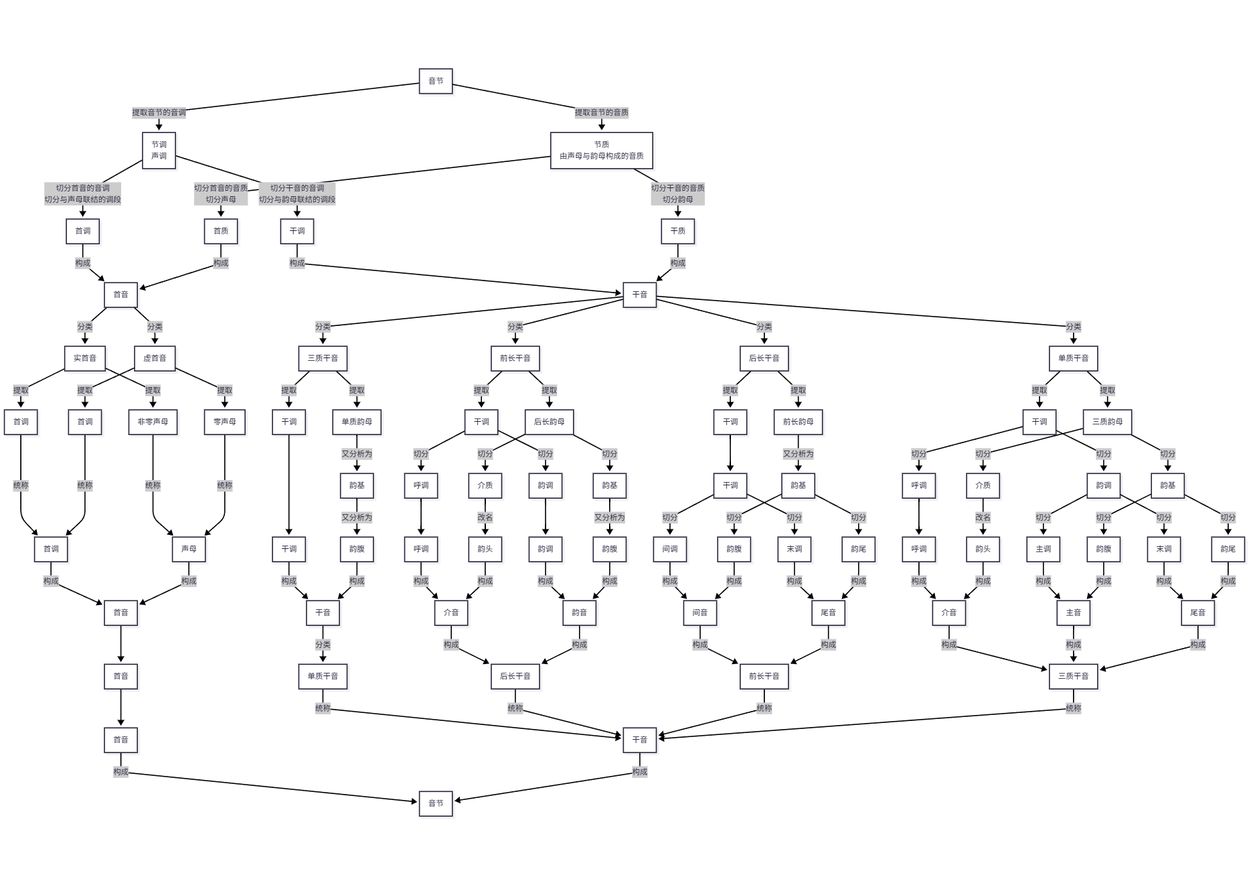
This is YIME_Theory/flowchart/唱音分析流程.png from tsaanghwang/Yime-prototype, a Mermaid export, as it was before one commit. Its source is kept beside it as YIME_Theory/flowchart/唱音分析流程.mmd.
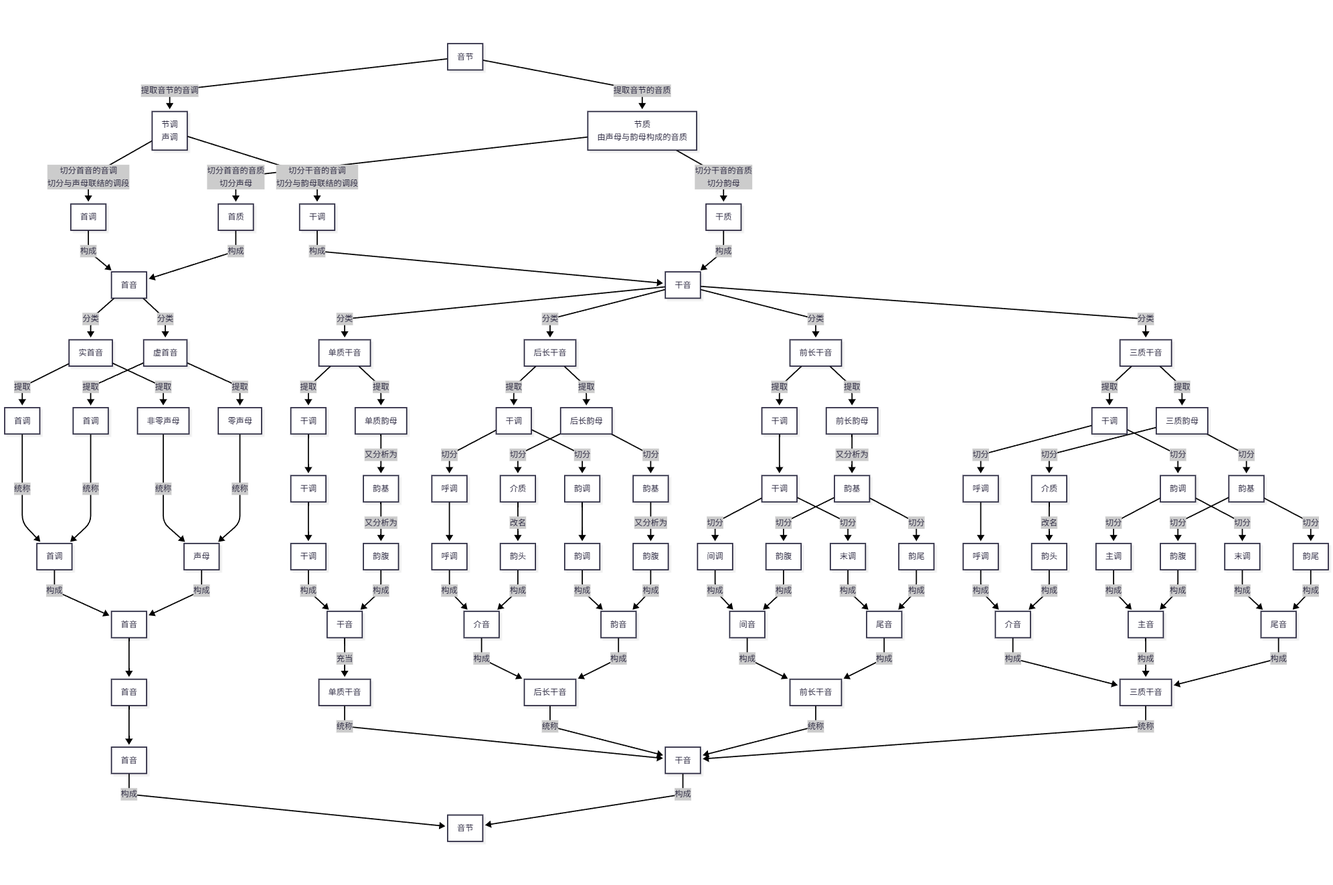
Above is the later version.

What changed in the source:
```diff
@@ -27,16 +27,17 @@
         H5 --> |构成| H9
         H6 --> |构成| H9[首音]
 
-        G --> |分类|G1[三质干音]
-        G --> |分类|G2[前长干音]
-        G --> |分类|G3[后长干音]
-        G --> |分类|G4[单质干音]
+        G --> |分类|G1[单质干音]
+        G --> |分类|G2[后长干音]
+        G --> |分类|G3[前长干音]
+        G --> |分类|G4[三质干音]
 
         G1 --> |提取|J1[干调]
-        G1 --> |提取|J3[单质韵母]
-        J1 ---> J2[干调]
-        J3 --> |又分析为|J4[韵基]
-        J4 --> |又分析为|J5[韵腹]
+        J1 --> J2[干调]
+        J2 --> J3[干调]
+        G1 --> |提取|J4[单质韵母]
+        J4 --> |又分析为|J5[韵基]
+        J5 --> |又分析为|J6[韵腹]
 
         G2 --> |提取|K0[干调]
         K0 --> |切分|K1[呼调]
@@ -71,8 +72,8 @@
         M6 --> |切分|M8[韵腹]
         M6 --> |切分|M9[韵尾]
 
-        J2 --> |构成|N1[干音]
-        J5 --> |构成|N1
+        J3 --> |构成|N1[干音]
+        J6 --> |构成|N1
 
         K7 --> |构成|O1[介音]
         K4 --> |构成|O1
@@ -94,7 +95,7 @@
         H9 --> R0[首音]
         R0 --> R1[首音]
 
-        N1 --> |分类|R2[单质干音]
+        N1 --> |充当|R2[单质干音]
 
         O1 --> |构成|R3
         O2 --> |构成|R3[后长干音]
```
